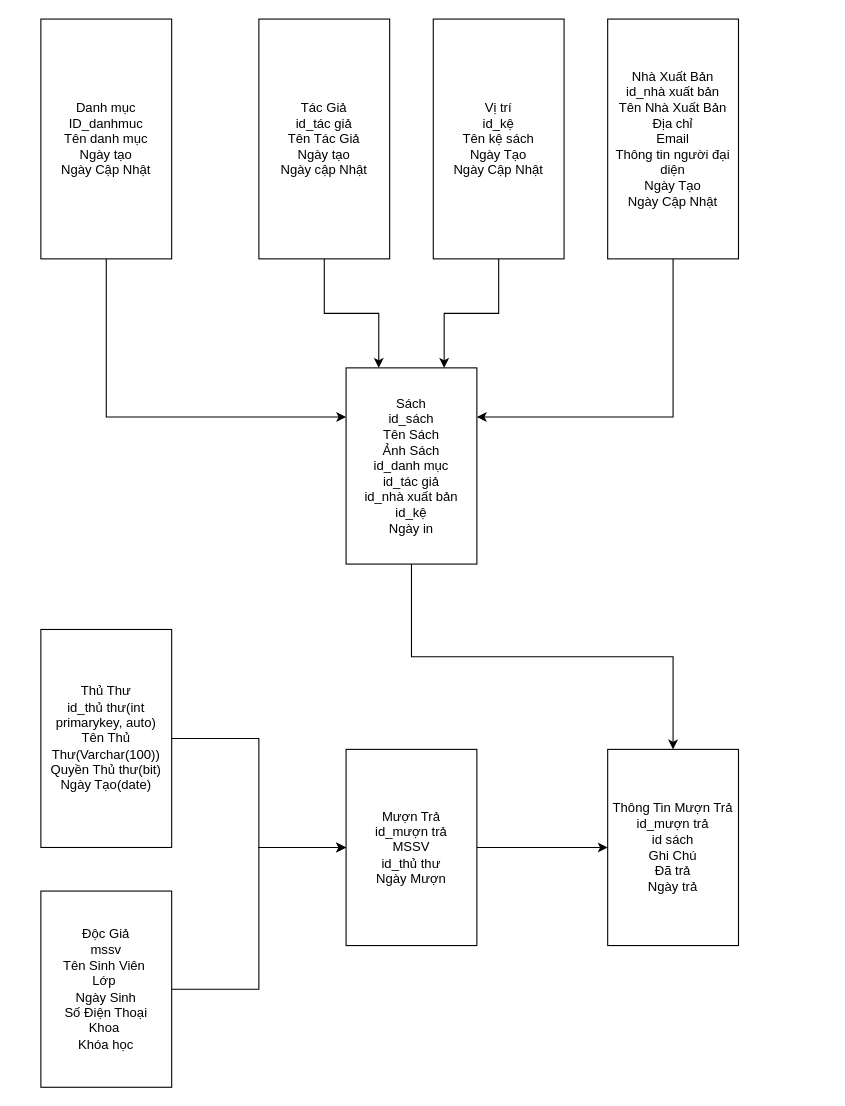
Mavis-TETRA/Du-An-APP-Quan-Li-Thu-Vien keeps this draw.io diagram as Sơ đồ database.drawio. Above is the earlier version. Source tidied: cells renumbered, new cells numbered last; positions are measured from the earlier drawing's top-left corner, leaving out a move shared by most shapes. Both pictures are drawn from the tidied source at 109%, with x=0, y=0 at pixel (40, 19).
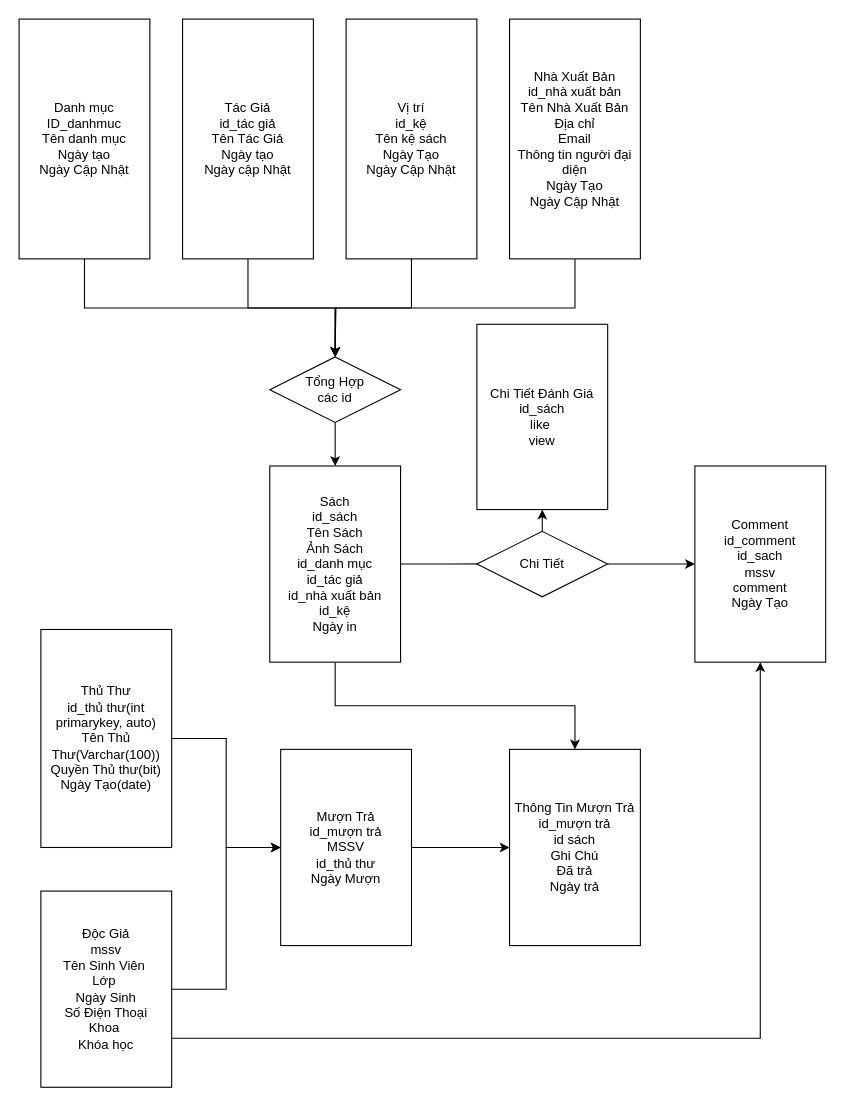
Above is the later version.

Commit message (it also covers changes not shown here):
Sơ Đồ Database Quản Lí Thư Viện (ver 1.3)

Góp ý

The change refers to these unchanged cells:
```xml
<mxCell id="13" value="Độc Giả&lt;br&gt;mssv&lt;br&gt;Tên Sinh Viên&amp;nbsp;&lt;br&gt;Lớp&amp;nbsp;&lt;br&gt;Ngày Sinh&lt;br&gt;Số Điện Thoại&lt;br&gt;Khoa&amp;nbsp;&lt;br&gt;Khóa học" style="rounded=0;whiteSpace=wrap;html=1;" parent="1" vertex="1">
  <mxGeometry y="800" width="120" height="180" as="geometry" />
</mxCell>
```

Diff of the diagram source:
```diff
@@
-    <mxCell id="2" style="edgeStyle=orthogonalEdgeStyle;rounded=0;jettySize=auto;html=1;exitX=0.5;exitY=1;exitDx=0;exitDy=0;entryX=0;entryY=0.25;entryDx=0;entryDy=0;" parent="1" edge="1" source="3" target="9">
-      <mxGeometry relative="1" as="geometry" />
-    </mxCell>
+    <mxCell id="19" style="edgeStyle=orthogonalEdgeStyle;rounded=0;jettySize=auto;html=1;exitX=0.5;exitY=1;exitDx=0;exitDy=0;" parent="1" edge="1" source="3">
+      <mxGeometry relative="1" as="geometry">
+        <mxPoint x="270" y="310" as="targetPoint" />
+      </mxGeometry>
+    </mxCell>
     <mxCell id="3" value="Danh mục&lt;br&gt;ID_danhmuc&lt;br&gt;Tên danh mục&lt;br&gt;Ngày tạo&lt;br&gt;Ngày Cập Nhật" style="rounded=0;whiteSpace=wrap;html=1;" parent="1" vertex="1">
-      <mxGeometry width="120" height="220" as="geometry" />
+      <mxGeometry x="-20" width="120" height="220" as="geometry" />
     </mxCell>
-    <mxCell id="4" style="edgeStyle=orthogonalEdgeStyle;rounded=0;jettySize=auto;html=1;exitX=0.5;exitY=1;exitDx=0;exitDy=0;entryX=0.25;entryY=0;entryDx=0;entryDy=0;" parent="1" edge="1" source="5" target="9">
-      <mxGeometry relative="1" as="geometry" />
-    </mxCell>
+    <mxCell id="20" style="edgeStyle=orthogonalEdgeStyle;rounded=0;jettySize=auto;html=1;exitX=0.5;exitY=1;exitDx=0;exitDy=0;entryX=0.5;entryY=0;entryDx=0;entryDy=0;" parent="1" edge="1" source="5" target="27">
+      <mxGeometry relative="1" as="geometry" />
+    </mxCell>
     <mxCell id="5" value="Tác Giả&lt;br&gt;id_tác giả&lt;br&gt;Tên Tác Giả&lt;br&gt;Ngày tạo&lt;br&gt;Ngày cập Nhật" style="rounded=0;whiteSpace=wrap;html=1;" parent="1" vertex="1">
-      <mxGeometry x="200" width="120" height="220" as="geometry" />
+      <mxGeometry x="130" width="120" height="220" as="geometry" />
     </mxCell>
-    <mxCell id="6" style="edgeStyle=orthogonalEdgeStyle;rounded=0;jettySize=auto;html=1;exitX=0.5;exitY=1;exitDx=0;exitDy=0;entryX=1;entryY=0.25;entryDx=0;entryDy=0;" parent="1" edge="1" source="7" target="9">
-      <mxGeometry relative="1" as="geometry" />
-    </mxCell>
+    <mxCell id="21" style="edgeStyle=orthogonalEdgeStyle;rounded=0;jettySize=auto;html=1;exitX=0.5;exitY=1;exitDx=0;exitDy=0;entryX=0.5;entryY=0;entryDx=0;entryDy=0;" parent="1" edge="1" source="7" target="27">
+      <mxGeometry relative="1" as="geometry" />
+    </mxCell>
     <mxCell id="7" value="Nhà Xuất Bản&lt;br&gt;id_nhà xuất bản&lt;br&gt;Tên Nhà Xuất Bản&lt;br&gt;Địa chỉ&lt;br&gt;Email&lt;br&gt;Thông tin người đại diện&lt;br&gt;Ngày Tạo&lt;br&gt;Ngày Cập Nhật&lt;br&gt;" style="rounded=0;whiteSpace=wrap;html=1;" parent="1" vertex="1">
-      <mxGeometry x="520" width="120" height="220" as="geometry" />
+      <mxGeometry x="430" width="120" height="220" as="geometry" />
     </mxCell>
@@
+    <mxCell id="22" style="edgeStyle=orthogonalEdgeStyle;rounded=0;jettySize=auto;html=1;exitX=1;exitY=0.5;exitDx=0;exitDy=0;" parent="1" edge="1" source="9">
+      <mxGeometry relative="1" as="geometry">
+        <mxPoint x="420" y="499.8" as="targetPoint" />
+      </mxGeometry>
+    </mxCell>
     <mxCell id="9" value="Sách&lt;br&gt;id_sách&lt;br&gt;Tên Sách&lt;br&gt;Ảnh Sách&lt;br&gt;id_danh mục&lt;br&gt;id_tác giả&lt;br&gt;id_nhà xuất bản&lt;br&gt;id_kệ&lt;br&gt;Ngày in" style="rounded=0;whiteSpace=wrap;html=1;" parent="1" vertex="1">
-      <mxGeometry x="280" y="320" width="120" height="180" as="geometry" />
+      <mxGeometry x="210" y="410" width="120" height="180" as="geometry" />
     </mxCell>
@@
+    <mxCell id="23" style="edgeStyle=orthogonalEdgeStyle;rounded=0;jettySize=auto;html=1;exitX=1;exitY=0.75;exitDx=0;exitDy=0;entryX=0.5;entryY=1;entryDx=0;entryDy=0;" parent="1" edge="1" source="13" target="31">
+      <mxGeometry relative="1" as="geometry" />
+    </mxCell>
@@
     <mxCell id="15" value="Mượn Trả&lt;br&gt;id_mượn trả&lt;br&gt;MSSV&lt;br&gt;id_thủ thư&lt;br&gt;Ngày Mượn&lt;br&gt;" style="rounded=0;whiteSpace=wrap;html=1;" parent="1" vertex="1">
-      <mxGeometry x="280" y="670" width="120" height="180" as="geometry" />
+      <mxGeometry x="220" y="670" width="120" height="180" as="geometry" />
     </mxCell>
     <mxCell id="16" value="Thông Tin Mượn Trả&lt;br&gt;id_mượn trả&lt;br&gt;id sách&lt;br&gt;Ghi Chú&lt;br&gt;Đã trả&lt;br&gt;Ngày trả&lt;br&gt;" style="rounded=0;whiteSpace=wrap;html=1;" parent="1" vertex="1">
-      <mxGeometry x="520" y="670" width="120" height="180" as="geometry" />
+      <mxGeometry x="430" y="670" width="120" height="180" as="geometry" />
     </mxCell>
-    <mxCell id="17" style="edgeStyle=orthogonalEdgeStyle;rounded=0;jettySize=auto;html=1;exitX=0.5;exitY=1;exitDx=0;exitDy=0;entryX=0.75;entryY=0;entryDx=0;entryDy=0;" parent="1" edge="1" source="18" target="9">
-      <mxGeometry relative="1" as="geometry" />
-    </mxCell>
+    <mxCell id="24" style="edgeStyle=orthogonalEdgeStyle;rounded=0;jettySize=auto;html=1;exitX=0.5;exitY=1;exitDx=0;exitDy=0;" parent="1" edge="1" source="18">
+      <mxGeometry relative="1" as="geometry">
+        <mxPoint x="270" y="310" as="targetPoint" />
+      </mxGeometry>
+    </mxCell>
     <mxCell id="18" value="Vị trí&lt;br&gt;id_kệ&lt;br&gt;Tên kệ sách&lt;br&gt;Ngày Tạo&lt;br&gt;Ngày Cập Nhật" style="rounded=0;whiteSpace=wrap;html=1;" parent="1" vertex="1">
-      <mxGeometry x="360" width="120" height="220" as="geometry" />
+      <mxGeometry x="280" width="120" height="220" as="geometry" />
     </mxCell>
+    <mxCell id="25" value="Chi Tiết Đánh Giá&lt;br&gt;id_sách&lt;br&gt;like&amp;nbsp;&lt;br&gt;view" style="rounded=0;whiteSpace=wrap;html=1;" parent="1" vertex="1">
+      <mxGeometry x="400" y="280" width="120" height="170" as="geometry" />
+    </mxCell>
+    <mxCell id="26" style="edgeStyle=orthogonalEdgeStyle;rounded=0;jettySize=auto;html=1;exitX=0.5;exitY=1;exitDx=0;exitDy=0;" parent="1" edge="1" source="27" target="9">
+      <mxGeometry relative="1" as="geometry" />
+    </mxCell>
+    <mxCell id="27" value="Tổng Hợp&lt;br&gt;các id" style="shape=rhombus;perimeter=rhombusPerimeter;whiteSpace=wrap;html=1;align=center;" parent="1" vertex="1">
+      <mxGeometry x="210" y="310" width="120" height="60" as="geometry" />
+    </mxCell>
+    <mxCell id="28" style="edgeStyle=orthogonalEdgeStyle;rounded=0;jettySize=auto;html=1;exitX=1;exitY=0.5;exitDx=0;exitDy=0;" parent="1" edge="1" source="30" target="31">
+      <mxGeometry relative="1" as="geometry" />
+    </mxCell>
+    <mxCell id="29" style="edgeStyle=orthogonalEdgeStyle;rounded=0;jettySize=auto;html=1;exitX=0.5;exitY=0;exitDx=0;exitDy=0;entryX=0.5;entryY=1;entryDx=0;entryDy=0;" parent="1" edge="1" source="30" target="25">
+      <mxGeometry relative="1" as="geometry" />
+    </mxCell>
+    <mxCell id="30" value="Chi Tiết" style="shape=rhombus;perimeter=rhombusPerimeter;whiteSpace=wrap;html=1;align=center;" parent="1" vertex="1">
+      <mxGeometry x="400" y="470" width="120" height="60" as="geometry" />
+    </mxCell>
+    <mxCell id="31" value="Comment&lt;br&gt;id_comment&lt;br&gt;id_sach&lt;br&gt;mssv&lt;br&gt;comment&lt;br&gt;Ngày Tạo" style="rounded=0;whiteSpace=wrap;html=1;" parent="1" vertex="1">
+      <mxGeometry x="600" y="410" width="120" height="180" as="geometry" />
+    </mxCell>
```
